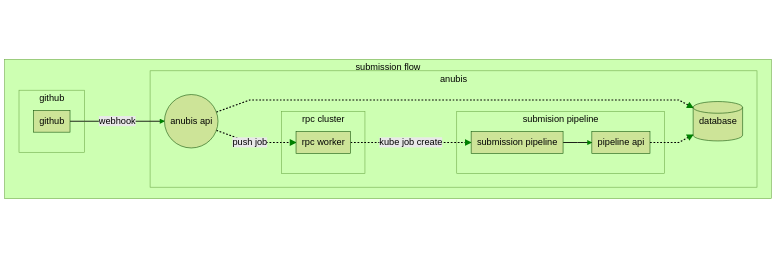
The Mermaid diagram docs/img/submission-flow.mmd.png in AnubisLMS/Anubis, before a commit. Its source is kept beside it as docs/mermaid/submission-flow.mmd.
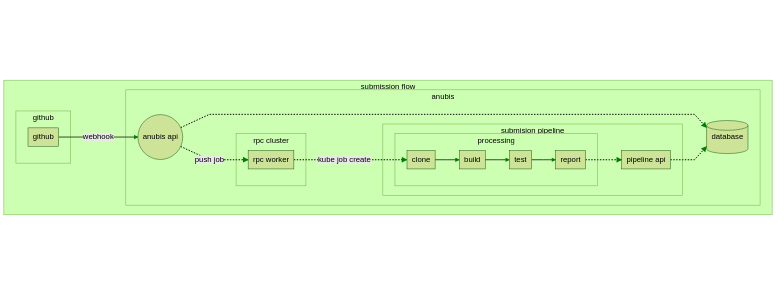
After the change.

Diff of the diagram source:
```diff
@@ -15,7 +15,9 @@
         end
 
         subgraph submissionp [submision pipeline]
-            submission[submission pipeline]
+            subgraph submission [processing]
+                clone --> build --> test --> report
+            end
             pipeapi[pipeline api]
         end
 
@@ -24,7 +26,7 @@
     github --> |webhook| api
     api -.-> |push job| rpcw
     api -.-> db
-    rpcw -.-> |kube job create| submission
-    submission --> pipeapi
+    rpcw -.-> |kube job create| clone
+    report -.-> pipeapi
     pipeapi -.-> db
     end
```
